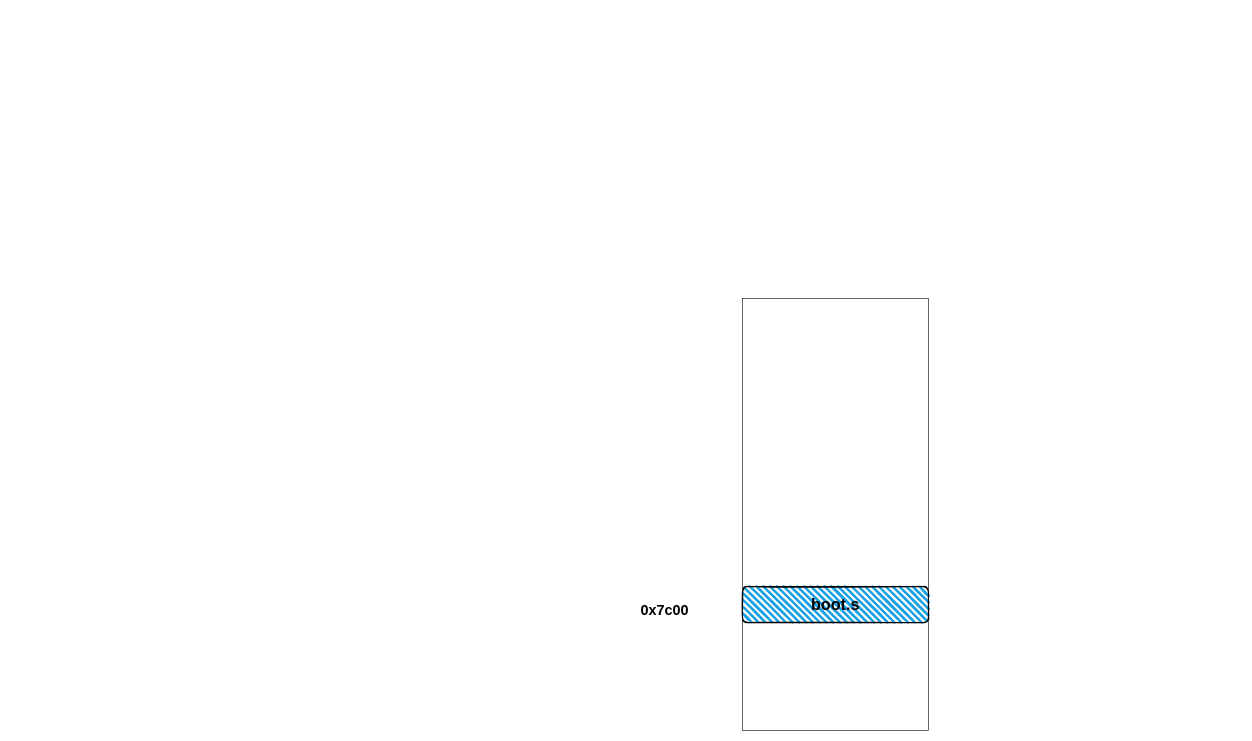
wbzzx-bb/wb-linux keeps this draw.io diagram as page "linux-0.11" (2 of 3) of grub源码阅读.drawio. Above is the earlier version. Source tidied: cells renumbered, new cells numbered last; positions are measured from the earlier drawing's top-left corner, leaving out a move shared by most shapes. Both pictures are drawn from the tidied source at 60%, with x=0, y=0 at pixel (634, 298).
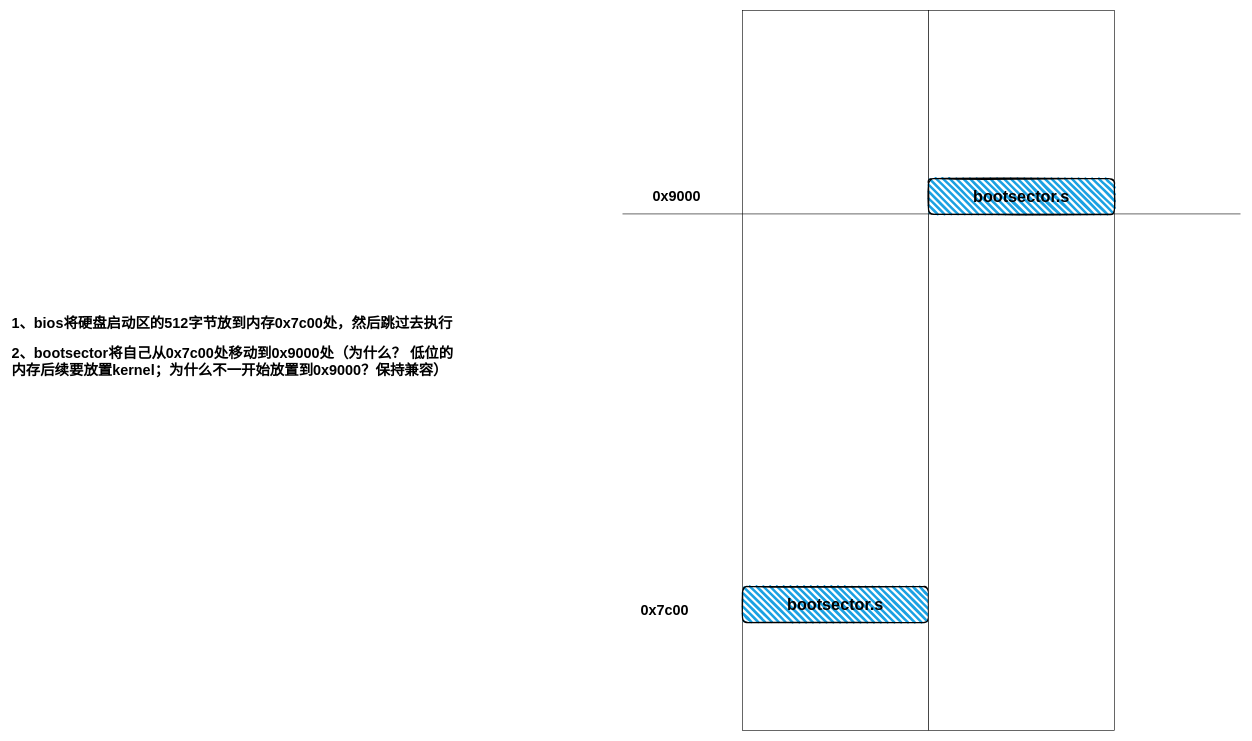
The same diagram, later.

Commit message:
更新grub源码阅读.drawio

What changed in the source:
```diff
@@
 <mxGraphModel>
   <root>
     <mxCell id="0" />
     <mxCell id="1" parent="0" />
     <mxCell id="2" style="rounded=0;whiteSpace=wrap;html=1;" parent="1" vertex="1">
-      <mxGeometry x="180" width="310" height="720" as="geometry" />
+      <mxGeometry x="180" y="-480" width="310" height="1200" as="geometry" />
     </mxCell>
-    <mxCell id="3" value="&lt;b&gt;&lt;font style=&quot;font-size: 27px;&quot;&gt;boot.s&lt;/font&gt;&lt;/b&gt;" style="rounded=1;whiteSpace=wrap;html=1;strokeWidth=2;fillWeight=4;hachureGap=8;hachureAngle=45;fillColor=#1ba1e2;sketch=1;" parent="1" vertex="1">
+    <mxCell id="3" value="&lt;b&gt;&lt;font style=&quot;font-size: 27px;&quot;&gt;bootsector.s&lt;/font&gt;&lt;/b&gt;" style="rounded=1;whiteSpace=wrap;html=1;strokeWidth=2;fillWeight=4;hachureGap=8;hachureAngle=45;fillColor=#1ba1e2;sketch=1;" parent="1" vertex="1">
       <mxGeometry x="180" y="480" width="310" height="60" as="geometry" />
     </mxCell>
     <mxCell id="4" value="0x7c00" style="text;strokeColor=none;fillColor=none;html=1;fontSize=24;fontStyle=1;verticalAlign=middle;align=center;" parent="1" vertex="1">
       <mxGeometry y="500" width="100" height="40" as="geometry" />
     </mxCell>
+    <mxCell id="5" style="rounded=0;whiteSpace=wrap;html=1;" parent="1" vertex="1">
+      <mxGeometry x="490" y="-480" width="310" height="1200" as="geometry" />
+    </mxCell>
+    <mxCell id="6" value="&lt;b&gt;&lt;font style=&quot;font-size: 27px;&quot;&gt;bootsector.s&lt;/font&gt;&lt;/b&gt;" style="rounded=1;whiteSpace=wrap;html=1;strokeWidth=2;fillWeight=4;hachureGap=8;hachureAngle=45;fillColor=#1ba1e2;sketch=1;" parent="1" vertex="1">
+      <mxGeometry x="490" y="-200" width="310" height="60" as="geometry" />
+    </mxCell>
+    <mxCell id="7" value="0x9000" style="text;strokeColor=none;fillColor=none;html=1;fontSize=24;fontStyle=1;verticalAlign=middle;align=center;" parent="1" vertex="1">
+      <mxGeometry x="20" y="-190" width="100" height="40" as="geometry" />
+    </mxCell>
+    <mxCell id="8" value="1、bios将硬盘启动区的512字节放到内存0x7c00处，然后跳过去执行" style="text;strokeColor=none;fillColor=none;html=1;fontSize=24;fontStyle=1;verticalAlign=top;align=left;" parent="1" vertex="1">
+      <mxGeometry x="-1040" y="20" width="760" height="40" as="geometry" />
+    </mxCell>
+    <mxCell id="9" style="endArrow=none;html=1;rounded=0;" parent="1" edge="1">
+      <mxGeometry relative="1" as="geometry">
+        <mxPoint x="-20" y="-141" as="sourcePoint" />
+        <mxPoint x="1010" y="-141" as="targetPoint" />
+      </mxGeometry>
+    </mxCell>
+    <mxCell id="10" value="2、bootsector将自己从0x7c00处移动到0x9000处（为什么？ 低位的内存后续要放置kernel；为什么不一开始放置到0x9000？保持兼容&lt;span style=&quot;background-color: transparent; color: light-dark(rgb(0, 0, 0), rgb(255, 255, 255));&quot;&gt;）&lt;/span&gt;" style="text;strokeColor=none;fillColor=none;html=1;fontSize=24;fontStyle=1;verticalAlign=top;align=left;whiteSpace=wrap;" parent="1" vertex="1">
+      <mxGeometry x="-1040" y="70" width="750" height="170" as="geometry" />
+    </mxCell>
   </root>
 </mxGraphModel>
```
